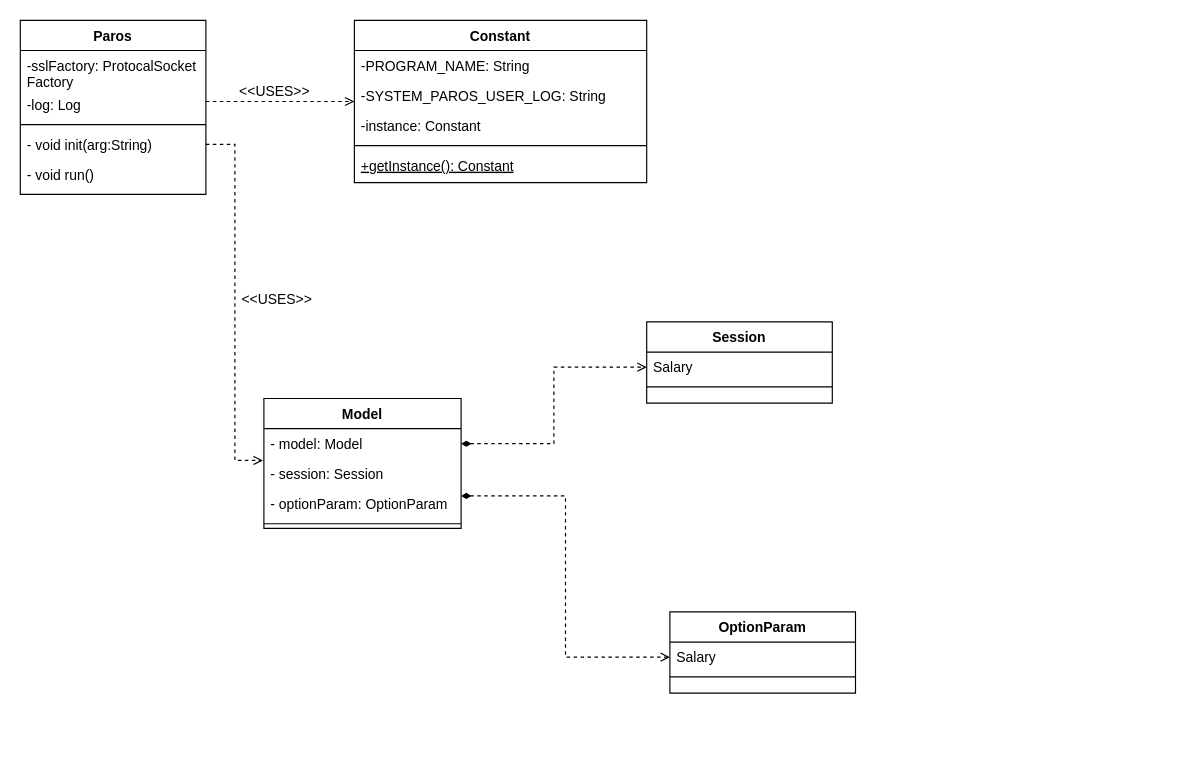
Above: Lab05_class_diagram.drawio in astrrr/SAD2021sem1 (draw.io), before the change. Source tidied: cells renumbered, new cells numbered last; positions are measured from the earlier drawing's top-left corner, leaving out a move shared by most shapes. Both pictures are drawn from the tidied source at 116%, with x=0, y=0 at pixel (20, 20).
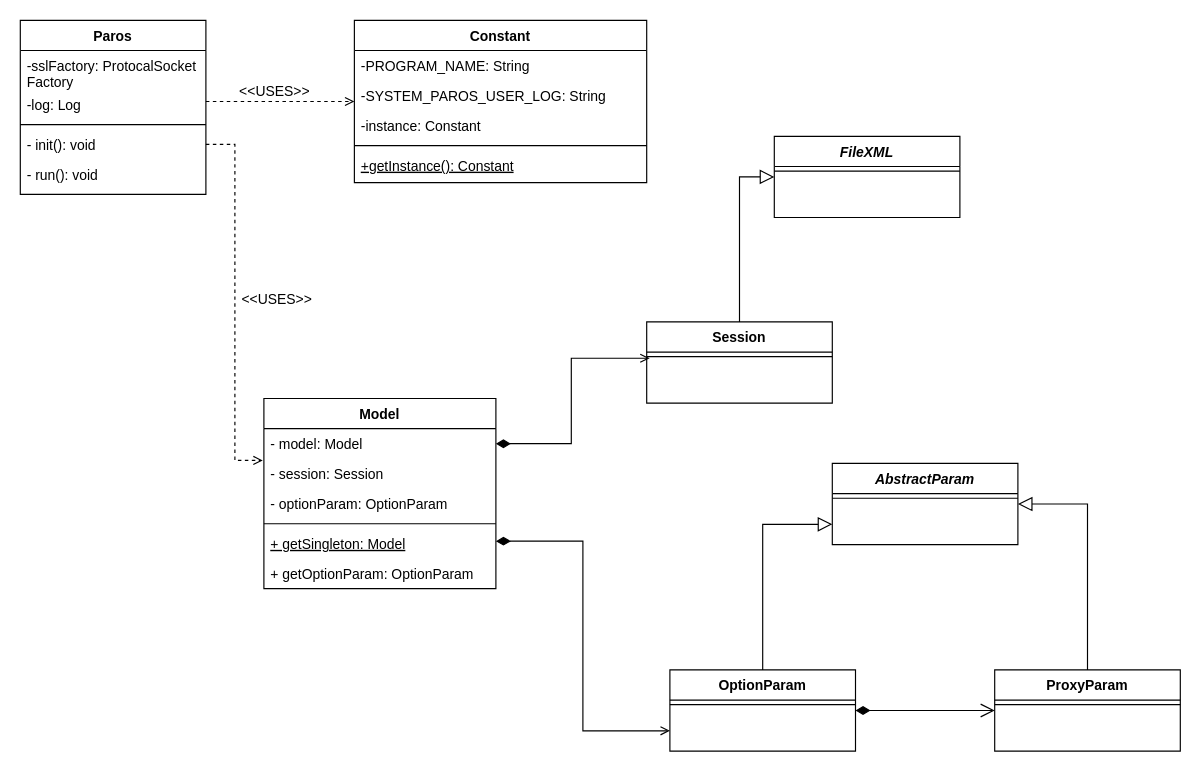
The same diagram, later.

Unchanged cells that the change refers to:
```xml
<mxCell id="2" value="Paros" style="swimlane;fontStyle=1;align=center;verticalAlign=top;horizontal=1;startSize=26;rounded=0;shadow=0;strokeWidth=1;" parent="1" vertex="1">
  <mxGeometry width="160" height="150" as="geometry" />
</mxCell>
<mxCell id="23" value="Session" style="swimlane;fontStyle=1;align=center;verticalAlign=top;horizontal=1;startSize=26;rounded=0;shadow=0;strokeWidth=1;" parent="1" vertex="1">
  <mxGeometry x="540" y="260" width="160" height="70" as="geometry" />
</mxCell>
```

The edit, as a diff of the source:
```diff
@@
-    <mxCell id="6" value="- void init(arg:String)" style="text;align=left;verticalAlign=top;spacingLeft=4;spacingRight=4;overflow=hidden;points=[[0,0.5],[1,0.5]];portConstraint=eastwest;" parent="2" vertex="1">
+    <mxCell id="6" value="- init(): void" style="text;align=left;verticalAlign=top;spacingLeft=4;spacingRight=4;overflow=hidden;points=[[0,0.5],[1,0.5]];portConstraint=eastwest;" parent="2" vertex="1">
       <mxGeometry y="94" width="160" height="26" as="geometry" />
     </mxCell>
-    <mxCell id="7" value="- void run()" style="text;align=left;verticalAlign=top;spacingLeft=4;spacingRight=4;overflow=hidden;" parent="2" vertex="1">
+    <mxCell id="7" value="- run(): void" style="text;align=left;verticalAlign=top;spacingLeft=4;spacingRight=4;overflow=hidden;" parent="2" vertex="1">
       <mxGeometry y="120" width="160" height="26" as="geometry" />
     </mxCell>
-    <mxCell id="8" style="edgeStyle=orthogonalEdgeStyle;rounded=0;jettySize=auto;html=1;exitX=1;exitY=0.75;exitDx=0;exitDy=0;entryX=0;entryY=0.5;entryDx=0;entryDy=0;dashed=1;startArrow=diamondThin;startFill=1;endArrow=open;endFill=0;" parent="1" edge="1" source="9" target="29">
+    <mxCell id="8" style="edgeStyle=orthogonalEdgeStyle;rounded=0;jettySize=auto;html=1;exitX=1;exitY=0.75;exitDx=0;exitDy=0;entryX=0;entryY=0.75;entryDx=0;entryDy=0;startArrow=diamondThin;startFill=1;endArrow=open;endFill=0;startSize=10;" parent="1" edge="1" source="9" target="28">
       <mxGeometry relative="1" as="geometry" />
     </mxCell>
     <mxCell id="9" value="Model" style="swimlane;fontStyle=1;align=center;verticalAlign=top;horizontal=1;startSize=26;rounded=0;shadow=0;strokeWidth=1;" parent="1" vertex="1">
-      <mxGeometry x="210" y="326" width="170" height="112" as="geometry" />
+      <mxGeometry x="210" y="326" width="200" height="164" as="geometry" />
     </mxCell>
     <mxCell id="10" value="- model: Model " style="text;align=left;verticalAlign=top;spacingLeft=4;spacingRight=4;overflow=hidden;points=[[0,0.5],[1,0.5]];portConstraint=eastwest;" parent="9" vertex="1">
-      <mxGeometry y="26" width="170" height="26" as="geometry" />
+      <mxGeometry y="26" width="200" height="26" as="geometry" />
     </mxCell>
     <mxCell id="11" value="- session: Session" style="text;align=left;verticalAlign=top;spacingLeft=4;spacingRight=4;overflow=hidden;" parent="9" vertex="1">
-      <mxGeometry y="52" width="170" height="26" as="geometry" />
+      <mxGeometry y="52" width="200" height="26" as="geometry" />
     </mxCell>
     <mxCell id="12" value="- optionParam: OptionParam" style="text;align=left;verticalAlign=top;spacingLeft=4;spacingRight=4;overflow=hidden;" parent="9" vertex="1">
-      <mxGeometry y="78" width="170" height="26" as="geometry" />
+      <mxGeometry y="78" width="200" height="26" as="geometry" />
     </mxCell>
     <mxCell id="13" style="line;html=1;strokeWidth=1;align=left;verticalAlign=middle;spacingTop=-1;spacingLeft=3;spacingRight=3;labelPosition=right;" parent="9" vertex="1">
-      <mxGeometry y="104" width="170" height="8" as="geometry" />
+      <mxGeometry y="104" width="200" height="8" as="geometry" />
     </mxCell>
+    <mxCell id="31" value="+ getSingleton: Model" style="text;align=left;verticalAlign=top;spacingLeft=4;spacingRight=4;overflow=hidden;fontStyle=4;" parent="9" vertex="1">
+      <mxGeometry y="112" width="200" height="26" as="geometry" />
+    </mxCell>
+    <mxCell id="32" value="+ getOptionParam: OptionParam" style="text;align=left;verticalAlign=top;spacingLeft=4;spacingRight=4;overflow=hidden;fontStyle=0;" parent="9" vertex="1">
+      <mxGeometry y="138" width="200" height="26" as="geometry" />
+    </mxCell>
@@
+    <mxCell id="33" style="edgeStyle=orthogonalEdgeStyle;rounded=0;jettySize=auto;html=1;entryX=0;entryY=0.5;entryDx=0;entryDy=0;startArrow=none;startFill=0;endArrow=block;endFill=0;endSize=10;" parent="1" edge="1" source="23" target="36">
+      <mxGeometry relative="1" as="geometry" />
+    </mxCell>
@@
-    <mxCell id="24" value="Salary" style="text;align=left;verticalAlign=top;spacingLeft=4;spacingRight=4;overflow=hidden;points=[[0,0.5],[1,0.5]];portConstraint=eastwest;" parent="23" vertex="1">
-      <mxGeometry y="26" width="160" height="26" as="geometry" />
-    </mxCell>
     <mxCell id="25" style="line;html=1;strokeWidth=1;align=left;verticalAlign=middle;spacingTop=-1;spacingLeft=3;spacingRight=3;labelPosition=right;points=[];portConstraint=eastwest;" parent="23" vertex="1">
-      <mxGeometry y="52" width="160" height="8" as="geometry" />
+      <mxGeometry y="26" width="160" height="8" as="geometry" />
     </mxCell>
@@
-    <mxCell id="27" style="edgeStyle=orthogonalEdgeStyle;rounded=0;jettySize=auto;html=1;exitX=1;exitY=0.5;exitDx=0;exitDy=0;entryX=0;entryY=0.5;entryDx=0;entryDy=0;dashed=1;endArrow=open;endFill=0;startArrow=diamondThin;startFill=1;" parent="1" edge="1" source="10" target="24">
+    <mxCell id="27" style="edgeStyle=orthogonalEdgeStyle;rounded=0;jettySize=auto;html=1;exitX=1;exitY=0.5;exitDx=0;exitDy=0;entryX=0.016;entryY=0.667;entryDx=0;entryDy=0;endArrow=open;endFill=0;startArrow=diamondThin;startFill=1;entryPerimeter=0;startSize=10;" parent="1" edge="1" source="10" target="25">
       <mxGeometry relative="1" as="geometry" />
     </mxCell>
+    <mxCell id="34" style="edgeStyle=orthogonalEdgeStyle;rounded=0;jettySize=auto;html=1;entryX=0;entryY=0.75;entryDx=0;entryDy=0;startArrow=none;startFill=0;endArrow=block;endFill=0;endSize=10;" parent="1" edge="1" source="28" target="38">
+      <mxGeometry relative="1" as="geometry" />
+    </mxCell>
+    <mxCell id="35" style="edgeStyle=orthogonalEdgeStyle;rounded=0;jettySize=auto;html=1;entryX=0;entryY=0.5;entryDx=0;entryDy=0;startArrow=diamondThin;startFill=1;endArrow=open;endFill=0;endSize=10;startSize=10;" parent="1" edge="1" source="28" target="41">
+      <mxGeometry relative="1" as="geometry" />
+    </mxCell>
     <mxCell id="28" value="OptionParam" style="swimlane;fontStyle=1;align=center;verticalAlign=top;horizontal=1;startSize=26;rounded=0;shadow=0;strokeWidth=1;" parent="1" vertex="1">
-      <mxGeometry x="560" y="510" width="160" height="70" as="geometry" />
+      <mxGeometry x="560" y="560" width="160" height="70" as="geometry" />
     </mxCell>
-    <mxCell id="29" value="Salary" style="text;align=left;verticalAlign=top;spacingLeft=4;spacingRight=4;overflow=hidden;points=[[0,0.5],[1,0.5]];portConstraint=eastwest;" parent="28" vertex="1">
-      <mxGeometry y="26" width="160" height="26" as="geometry" />
-    </mxCell>
     <mxCell id="30" style="line;html=1;strokeWidth=1;align=left;verticalAlign=middle;spacingTop=-1;spacingLeft=3;spacingRight=3;labelPosition=right;" parent="28" vertex="1">
-      <mxGeometry y="52" width="160" height="8" as="geometry" />
+      <mxGeometry y="26" width="160" height="8" as="geometry" />
     </mxCell>
+    <mxCell id="36" value="FileXML" style="swimlane;fontStyle=3;align=center;verticalAlign=top;horizontal=1;startSize=26;rounded=0;shadow=0;strokeWidth=1;" parent="1" vertex="1">
+      <mxGeometry x="650" y="100" width="160" height="70" as="geometry" />
+    </mxCell>
+    <mxCell id="37" style="line;html=1;strokeWidth=1;align=left;verticalAlign=middle;spacingTop=-1;spacingLeft=3;spacingRight=3;labelPosition=right;" parent="36" vertex="1">
+      <mxGeometry y="26" width="160" height="8" as="geometry" />
+    </mxCell>
+    <mxCell id="38" value="AbstractParam" style="swimlane;fontStyle=3;align=center;verticalAlign=top;horizontal=1;startSize=26;rounded=0;shadow=0;strokeWidth=1;" parent="1" vertex="1">
+      <mxGeometry x="700" y="382" width="160" height="70" as="geometry" />
+    </mxCell>
+    <mxCell id="39" style="line;html=1;strokeWidth=1;align=left;verticalAlign=middle;spacingTop=-1;spacingLeft=3;spacingRight=3;labelPosition=right;" parent="38" vertex="1">
+      <mxGeometry y="26" width="160" height="8" as="geometry" />
+    </mxCell>
+    <mxCell id="40" style="edgeStyle=orthogonalEdgeStyle;rounded=0;jettySize=auto;html=1;entryX=1;entryY=0.5;entryDx=0;entryDy=0;startArrow=none;startFill=0;endArrow=block;endFill=0;endSize=10;" parent="1" edge="1" source="41" target="38">
+      <mxGeometry relative="1" as="geometry" />
+    </mxCell>
+    <mxCell id="41" value="ProxyParam" style="swimlane;fontStyle=1;align=center;verticalAlign=top;horizontal=1;startSize=26;rounded=0;shadow=0;strokeWidth=1;" parent="1" vertex="1">
+      <mxGeometry x="840" y="560" width="160" height="70" as="geometry" />
+    </mxCell>
+    <mxCell id="42" style="line;html=1;strokeWidth=1;align=left;verticalAlign=middle;spacingTop=-1;spacingLeft=3;spacingRight=3;labelPosition=right;" parent="41" vertex="1">
+      <mxGeometry y="26" width="160" height="8" as="geometry" />
+    </mxCell>
```
